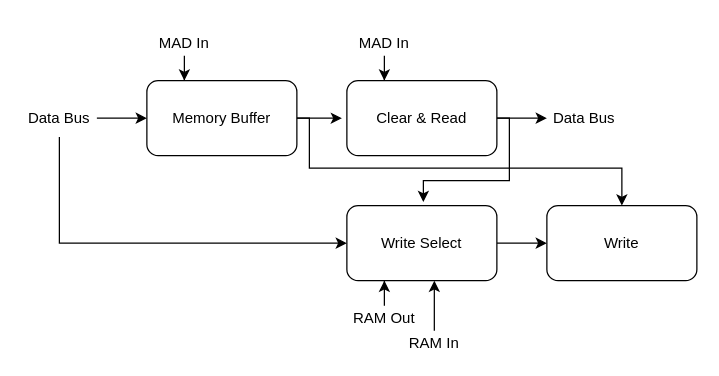
Earlier version of the draw.io diagram page "Overall View" (1 of 4) of General/Magnetic Memory.drawio (omzz15/Magnetic-Memory). Source tidied: cells renumbered, new cells numbered last; positions are measured from the earlier drawing's top-left corner, leaving out a move shared by most shapes. Both pictures are drawn from the tidied source at 125%, with x=0, y=0 at pixel (21, 30).
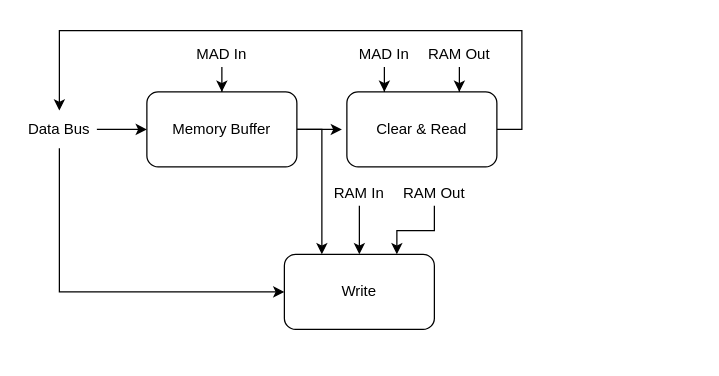
After the change.

Diff of the diagram source:
```diff
@@
-    <mxCell id="2" style="edgeStyle=orthogonalEdgeStyle;rounded=0;jettySize=auto;html=1;entryX=0.5;entryY=0;entryDx=0;entryDy=0;" parent="1" edge="1" source="3" target="17">
+    <mxCell id="2" style="edgeStyle=orthogonalEdgeStyle;rounded=0;jettySize=auto;html=1;entryX=0.25;entryY=0;entryDx=0;entryDy=0;exitX=1;exitY=0.5;exitDx=0;exitDy=0;" parent="1" edge="1" source="3" target="17">
       <mxGeometry relative="1" as="geometry">
         <Array as="points">
-          <mxPoint x="230" y="70" />
-          <mxPoint x="230" y="110" />
-          <mxPoint x="480" y="110" />
+          <mxPoint x="240" y="79" />
+          <mxPoint x="240" y="179" />
         </Array>
       </mxGeometry>
     </mxCell>
     <mxCell id="3" value="Memory Buffer" style="rounded=1;whiteSpace=wrap;html=1;" parent="1" vertex="1">
-      <mxGeometry x="100" y="40" width="120" height="60" as="geometry" />
+      <mxGeometry x="100" y="49" width="120" height="60" as="geometry" />
     </mxCell>
-    <mxCell id="4" style="edgeStyle=orthogonalEdgeStyle;rounded=0;jettySize=auto;html=1;entryX=0.25;entryY=0;entryDx=0;entryDy=0;" parent="1" edge="1" source="5" target="3">
+    <mxCell id="4" style="edgeStyle=orthogonalEdgeStyle;rounded=0;jettySize=auto;html=1;entryX=0.5;entryY=0;entryDx=0;entryDy=0;" parent="1" edge="1" source="5" target="3">
       <mxGeometry relative="1" as="geometry" />
     </mxCell>
     <mxCell id="5" value="MAD In" style="text;html=1;strokeColor=none;fillColor=none;align=center;verticalAlign=middle;whiteSpace=wrap;rounded=0;" parent="1" vertex="1">
-      <mxGeometry x="100" width="60" height="20" as="geometry" />
+      <mxGeometry x="130" y="9" width="60" height="20" as="geometry" />
     </mxCell>
-    <mxCell id="6" style="edgeStyle=orthogonalEdgeStyle;rounded=0;jettySize=auto;html=1;entryX=0;entryY=0.5;entryDx=0;entryDy=0;" parent="1" edge="1" source="7" target="22">
-      <mxGeometry relative="1" as="geometry" />
-    </mxCell>
+    <mxCell id="23" style="edgeStyle=orthogonalEdgeStyle;rounded=0;jettySize=auto;html=1;entryX=0.5;entryY=0;entryDx=0;entryDy=0;exitX=1;exitY=0.5;exitDx=0;exitDy=0;" parent="1" edge="1" source="7" target="21">
+      <mxGeometry relative="1" as="geometry">
+        <Array as="points">
+          <mxPoint x="400" y="79" />
+          <mxPoint x="400" />
+          <mxPoint x="30" />
+        </Array>
+      </mxGeometry>
+    </mxCell>
     <mxCell id="7" value="Clear &amp;amp; Read" style="rounded=1;whiteSpace=wrap;html=1;" parent="1" vertex="1">
-      <mxGeometry x="260" y="40" width="120" height="60" as="geometry" />
+      <mxGeometry x="260" y="49" width="120" height="60" as="geometry" />
     </mxCell>
@@
     <mxCell id="10" value="MAD In" style="text;html=1;strokeColor=none;fillColor=none;align=center;verticalAlign=middle;whiteSpace=wrap;rounded=0;" parent="1" vertex="1">
-      <mxGeometry x="260" width="60" height="20" as="geometry" />
+      <mxGeometry x="260" y="9" width="60" height="20" as="geometry" />
     </mxCell>
-    <mxCell id="11" style="edgeStyle=orthogonalEdgeStyle;rounded=0;jettySize=auto;html=1;exitX=1;exitY=0.5;exitDx=0;exitDy=0;entryX=0;entryY=0.5;entryDx=0;entryDy=0;" parent="1" edge="1" source="12" target="17">
-      <mxGeometry relative="1" as="geometry" />
-    </mxCell>
-    <mxCell id="12" value="Write Select" style="rounded=1;whiteSpace=wrap;html=1;" parent="1" vertex="1">
-      <mxGeometry x="260" y="140" width="120" height="60" as="geometry" />
-    </mxCell>
-    <mxCell id="13" style="edgeStyle=orthogonalEdgeStyle;rounded=0;jettySize=auto;html=1;entryX=0.25;entryY=1;entryDx=0;entryDy=0;" parent="1" edge="1" source="14" target="12">
-      <mxGeometry relative="1" as="geometry" />
-    </mxCell>
+    <mxCell id="24" style="edgeStyle=orthogonalEdgeStyle;rounded=0;jettySize=auto;html=1;entryX=0.75;entryY=0;entryDx=0;entryDy=0;" parent="1" edge="1" source="14" target="7">
+      <mxGeometry relative="1" as="geometry" />
+    </mxCell>
     <mxCell id="14" value="RAM Out" style="text;html=1;strokeColor=none;fillColor=none;align=center;verticalAlign=middle;whiteSpace=wrap;rounded=0;" parent="1" vertex="1">
-      <mxGeometry x="260" y="220" width="60" height="20" as="geometry" />
+      <mxGeometry x="320" y="9" width="60" height="20" as="geometry" />
     </mxCell>
+    <mxCell id="17" value="Write" style="rounded=1;whiteSpace=wrap;html=1;" parent="1" vertex="1">
+      <mxGeometry x="210" y="179" width="120" height="60" as="geometry" />
+    </mxCell>
+    <mxCell id="20" style="edgeStyle=orthogonalEdgeStyle;rounded=0;jettySize=auto;html=1;entryX=0;entryY=0.5;entryDx=0;entryDy=0;" parent="1" edge="1" source="21" target="3">
+      <mxGeometry relative="1" as="geometry" />
+    </mxCell>
+    <mxCell id="25" style="edgeStyle=orthogonalEdgeStyle;rounded=0;jettySize=auto;html=1;entryX=0;entryY=0.5;entryDx=0;entryDy=0;" parent="1" edge="1" source="21" target="17">
+      <mxGeometry relative="1" as="geometry">
+        <Array as="points">
+          <mxPoint x="30" y="209" />
+        </Array>
+      </mxGeometry>
+    </mxCell>
+    <mxCell id="21" value="Data Bus" style="text;html=1;strokeColor=none;fillColor=none;align=center;verticalAlign=middle;whiteSpace=wrap;rounded=0;" parent="1" vertex="1">
+      <mxGeometry y="64" width="60" height="30" as="geometry" />
+    </mxCell>
+    <mxCell id="26" style="edgeStyle=orthogonalEdgeStyle;rounded=0;jettySize=auto;html=1;entryX=0.5;entryY=0;entryDx=0;entryDy=0;" parent="1" edge="1" source="15" target="17">
+      <mxGeometry relative="1" as="geometry" />
+    </mxCell>
     <mxCell id="15" value="RAM In" style="text;html=1;strokeColor=none;fillColor=none;align=center;verticalAlign=middle;whiteSpace=wrap;rounded=0;" parent="1" vertex="1">
-      <mxGeometry x="300" y="240" width="60" height="20" as="geometry" />
+      <mxGeometry x="240" y="120" width="60" height="20" as="geometry" />
     </mxCell>
-    <mxCell id="16" style="edgeStyle=orthogonalEdgeStyle;rounded=0;jettySize=auto;html=1;entryX=0.583;entryY=1;entryDx=0;entryDy=0;entryPerimeter=0;" parent="1" edge="1" source="15" target="12">
-      <mxGeometry relative="1" as="geometry" />
-    </mxCell>
-    <mxCell id="17" value="Write" style="rounded=1;whiteSpace=wrap;html=1;" parent="1" vertex="1">
-      <mxGeometry x="420" y="140" width="120" height="60" as="geometry" />
-    </mxCell>
-    <mxCell id="18" style="edgeStyle=orthogonalEdgeStyle;rounded=0;jettySize=auto;html=1;entryX=0.51;entryY=-0.048;entryDx=0;entryDy=0;entryPerimeter=0;" parent="1" edge="1" source="7" target="12">
-      <mxGeometry relative="1" as="geometry">
-        <Array as="points">
-          <mxPoint x="390" y="70" />
-          <mxPoint x="390" y="120" />
-          <mxPoint x="321" y="120" />
-        </Array>
-      </mxGeometry>
-    </mxCell>
-    <mxCell id="19" style="edgeStyle=orthogonalEdgeStyle;rounded=0;jettySize=auto;html=1;exitX=0.5;exitY=1;exitDx=0;exitDy=0;entryX=0;entryY=0.5;entryDx=0;entryDy=0;" parent="1" edge="1" source="21" target="12">
-      <mxGeometry relative="1" as="geometry" />
-    </mxCell>
-    <mxCell id="20" style="edgeStyle=orthogonalEdgeStyle;rounded=0;jettySize=auto;html=1;entryX=0;entryY=0.5;entryDx=0;entryDy=0;" parent="1" edge="1" source="21" target="3">
-      <mxGeometry relative="1" as="geometry" />
-    </mxCell>
-    <mxCell id="21" value="Data Bus" style="text;html=1;strokeColor=none;fillColor=none;align=center;verticalAlign=middle;whiteSpace=wrap;rounded=0;" parent="1" vertex="1">
-      <mxGeometry y="55" width="60" height="30" as="geometry" />
-    </mxCell>
-    <mxCell id="22" value="Data Bus" style="text;html=1;strokeColor=none;fillColor=none;align=center;verticalAlign=middle;whiteSpace=wrap;rounded=0;" parent="1" vertex="1">
-      <mxGeometry x="420" y="55" width="60" height="30" as="geometry" />
-    </mxCell>
+    <mxCell id="27" style="edgeStyle=orthogonalEdgeStyle;rounded=0;jettySize=auto;html=1;entryX=0.75;entryY=0;entryDx=0;entryDy=0;" parent="1" edge="1" source="28" target="17">
+      <mxGeometry relative="1" as="geometry" />
+    </mxCell>
+    <mxCell id="28" value="RAM Out" style="text;html=1;strokeColor=none;fillColor=none;align=center;verticalAlign=middle;whiteSpace=wrap;rounded=0;" parent="1" vertex="1">
+      <mxGeometry x="300" y="120" width="60" height="20" as="geometry" />
+    </mxCell>
```
